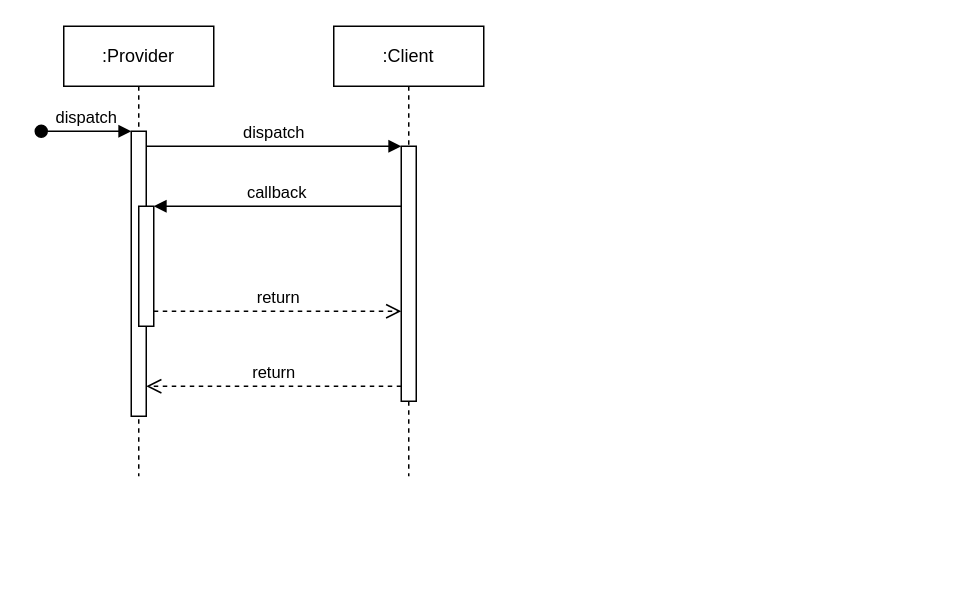
titosilva/drm-blockchain keeps this draw.io diagram as Untitled Diagram.drawio. Above is the earlier version. Source tidied: cells renumbered, new cells numbered last; positions are measured from the earlier drawing's top-left corner, leaving out a move shared by most shapes. Both pictures are drawn from the tidied source at 150%, with x=0, y=0 at pixel (40, 26).
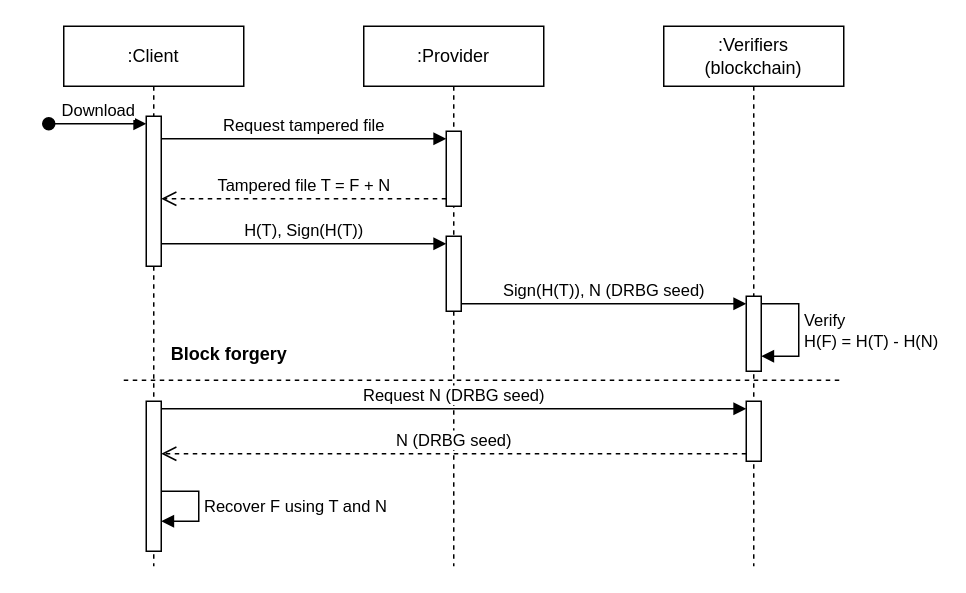
The same diagram, later.

Commit message:
Updating HomHash seq diagram

Diff of the diagram source:
```diff
@@
     <mxCell id="2" value=":Provider" style="shape=umlLifeline;perimeter=lifelinePerimeter;whiteSpace=wrap;html=1;newEdgeStyle={&quot;edgeStyle&quot;:&quot;elbowEdgeStyle&quot;,&quot;elbow&quot;:&quot;vertical&quot;,&quot;curved&quot;:0,&quot;rounded&quot;:0};" parent="1" vertex="1">
-      <mxGeometry x="15" width="100" height="300" as="geometry" />
+      <mxGeometry x="215" width="120" height="360" as="geometry" />
     </mxCell>
-    <mxCell id="3" style="html=1;points=[];perimeter=orthogonalPerimeter;outlineConnect=0;targetShapes=umlLifeline;portConstraint=eastwest;newEdgeStyle={&quot;edgeStyle&quot;:&quot;elbowEdgeStyle&quot;,&quot;elbow&quot;:&quot;vertical&quot;,&quot;curved&quot;:0,&quot;rounded&quot;:0};" parent="2" vertex="1">
-      <mxGeometry x="45" y="70" width="10" height="190" as="geometry" />
-    </mxCell>
-    <mxCell id="4" value="dispatch" style="html=1;verticalAlign=bottom;startArrow=oval;endArrow=block;startSize=8;edgeStyle=elbowEdgeStyle;elbow=vertical;curved=0;rounded=0;" parent="2" edge="1" target="3">
-      <mxGeometry relative="1" as="geometry">
-        <mxPoint x="-15" y="70" as="sourcePoint" />
-      </mxGeometry>
-    </mxCell>
-    <mxCell id="5" style="html=1;points=[];perimeter=orthogonalPerimeter;outlineConnect=0;targetShapes=umlLifeline;portConstraint=eastwest;newEdgeStyle={&quot;edgeStyle&quot;:&quot;elbowEdgeStyle&quot;,&quot;elbow&quot;:&quot;vertical&quot;,&quot;curved&quot;:0,&quot;rounded&quot;:0};" parent="2" vertex="1">
-      <mxGeometry x="50" y="120" width="10" height="80" as="geometry" />
-    </mxCell>
+    <mxCell id="12" style="html=1;points=[[0,0,0,0,5],[0,1,0,0,-5],[1,0,0,0,5],[1,1,0,0,-5]];perimeter=orthogonalPerimeter;outlineConnect=0;targetShapes=umlLifeline;portConstraint=eastwest;newEdgeStyle={&quot;curved&quot;:0,&quot;rounded&quot;:0};" parent="2" vertex="1">
+      <mxGeometry x="55" y="70" width="10" height="50" as="geometry" />
+    </mxCell>
+    <mxCell id="13" style="html=1;points=[[0,0,0,0,5],[0,1,0,0,-5],[1,0,0,0,5],[1,1,0,0,-5]];perimeter=orthogonalPerimeter;outlineConnect=0;targetShapes=umlLifeline;portConstraint=eastwest;newEdgeStyle={&quot;curved&quot;:0,&quot;rounded&quot;:0};" parent="2" vertex="1">
+      <mxGeometry x="55" y="140" width="10" height="50" as="geometry" />
+    </mxCell>
     <mxCell id="6" value=":Client" style="shape=umlLifeline;perimeter=lifelinePerimeter;whiteSpace=wrap;html=1;newEdgeStyle={&quot;edgeStyle&quot;:&quot;elbowEdgeStyle&quot;,&quot;elbow&quot;:&quot;vertical&quot;,&quot;curved&quot;:0,&quot;rounded&quot;:0};" parent="1" vertex="1">
-      <mxGeometry x="195" width="100" height="300" as="geometry" />
+      <mxGeometry x="15" width="120" height="360" as="geometry" />
     </mxCell>
-    <mxCell id="7" style="html=1;points=[];perimeter=orthogonalPerimeter;outlineConnect=0;targetShapes=umlLifeline;portConstraint=eastwest;newEdgeStyle={&quot;edgeStyle&quot;:&quot;elbowEdgeStyle&quot;,&quot;elbow&quot;:&quot;vertical&quot;,&quot;curved&quot;:0,&quot;rounded&quot;:0};" parent="6" vertex="1">
-      <mxGeometry x="45" y="80" width="10" height="170" as="geometry" />
-    </mxCell>
-    <mxCell id="8" value="dispatch" style="html=1;verticalAlign=bottom;endArrow=block;edgeStyle=elbowEdgeStyle;elbow=vertical;curved=0;rounded=0;" parent="1" edge="1" source="3" target="7">
-      <mxGeometry relative="1" as="geometry">
-        <Array as="points">
-          <mxPoint x="155" y="80" />
-        </Array>
-      </mxGeometry>
-    </mxCell>
-    <mxCell id="9" value="return" style="html=1;verticalAlign=bottom;endArrow=open;dashed=1;endSize=8;edgeStyle=elbowEdgeStyle;elbow=vertical;curved=0;rounded=0;" parent="1" edge="1" source="7" target="3">
-      <mxGeometry relative="1" as="geometry">
-        <Array as="points">
-          <mxPoint x="165" y="240" />
-        </Array>
-      </mxGeometry>
-    </mxCell>
-    <mxCell id="10" value="callback" style="html=1;verticalAlign=bottom;endArrow=block;edgeStyle=elbowEdgeStyle;elbow=vertical;curved=0;rounded=0;" parent="1" edge="1" source="7" target="5">
-      <mxGeometry relative="1" as="geometry">
-        <Array as="points">
-          <mxPoint x="165" y="120" />
-        </Array>
-      </mxGeometry>
-    </mxCell>
-    <mxCell id="11" value="return" style="html=1;verticalAlign=bottom;endArrow=open;dashed=1;endSize=8;edgeStyle=elbowEdgeStyle;elbow=vertical;curved=0;rounded=0;" parent="1" edge="1" source="5" target="7">
-      <mxGeometry relative="1" as="geometry">
-        <Array as="points">
-          <mxPoint x="155" y="190" />
-        </Array>
-      </mxGeometry>
-    </mxCell>
+    <mxCell id="14" style="html=1;points=[[0,0,0,0,5],[0,1,0,0,-5],[1,0,0,0,5],[1,1,0,0,-5]];perimeter=orthogonalPerimeter;outlineConnect=0;targetShapes=umlLifeline;portConstraint=eastwest;newEdgeStyle={&quot;curved&quot;:0,&quot;rounded&quot;:0};" parent="6" vertex="1">
+      <mxGeometry x="55" y="60" width="10" height="100" as="geometry" />
+    </mxCell>
+    <mxCell id="15" value=":Verifiers&lt;br&gt;(blockchain)" style="shape=umlLifeline;perimeter=lifelinePerimeter;whiteSpace=wrap;html=1;newEdgeStyle={&quot;edgeStyle&quot;:&quot;elbowEdgeStyle&quot;,&quot;elbow&quot;:&quot;vertical&quot;,&quot;curved&quot;:0,&quot;rounded&quot;:0};" parent="1" vertex="1">
+      <mxGeometry x="415" width="120" height="360" as="geometry" />
+    </mxCell>
+    <mxCell id="16" style="html=1;points=[[0,0,0,0,5],[0,1,0,0,-5],[1,0,0,0,5],[1,1,0,0,-5]];perimeter=orthogonalPerimeter;outlineConnect=0;targetShapes=umlLifeline;portConstraint=eastwest;newEdgeStyle={&quot;curved&quot;:0,&quot;rounded&quot;:0};" parent="15" vertex="1">
+      <mxGeometry x="55" y="180" width="10" height="50" as="geometry" />
+    </mxCell>
+    <mxCell id="17" value="Verify&lt;br&gt;H(F) = H(T) - H(N)" style="html=1;align=left;spacingLeft=2;endArrow=block;rounded=0;edgeStyle=orthogonalEdgeStyle;curved=0;rounded=0;exitX=1;exitY=0;exitDx=0;exitDy=5;exitPerimeter=0;" parent="15" edge="1" source="16" target="16">
+      <mxGeometry relative="1" as="geometry">
+        <Array as="points">
+          <mxPoint x="90" y="185" />
+          <mxPoint x="90" y="220" />
+        </Array>
+      </mxGeometry>
+    </mxCell>
+    <mxCell id="18" style="html=1;points=[[0,0,0,0,5],[0,1,0,0,-5],[1,0,0,0,5],[1,1,0,0,-5]];perimeter=orthogonalPerimeter;outlineConnect=0;targetShapes=umlLifeline;portConstraint=eastwest;newEdgeStyle={&quot;curved&quot;:0,&quot;rounded&quot;:0};" parent="15" vertex="1">
+      <mxGeometry x="55" y="250" width="10" height="40" as="geometry" />
+    </mxCell>
+    <mxCell id="19" value="Download" style="html=1;verticalAlign=bottom;startArrow=oval;startFill=1;endArrow=block;startSize=8;curved=0;rounded=0;entryX=0;entryY=0;entryDx=0;entryDy=5;entryPerimeter=0;" parent="1" edge="1" target="14">
+      <mxGeometry relative="1" as="geometry">
+        <mxPoint x="5" y="65" as="sourcePoint" />
+      </mxGeometry>
+    </mxCell>
+    <mxCell id="20" value="Request tampered file" style="html=1;verticalAlign=bottom;endArrow=block;curved=0;rounded=0;entryX=0;entryY=0;entryDx=0;entryDy=5;" parent="1" edge="1" source="14" target="12">
+      <mxGeometry relative="1" as="geometry" />
+    </mxCell>
+    <mxCell id="21" value="Tampered file T = F + N" style="html=1;verticalAlign=bottom;endArrow=open;dashed=1;endSize=8;curved=0;rounded=0;exitX=0;exitY=1;exitDx=0;exitDy=-5;" parent="1" edge="1" source="12" target="14">
+      <mxGeometry relative="1" as="geometry" />
+    </mxCell>
+    <mxCell id="22" value="H(T), Sign(H(T))" style="html=1;verticalAlign=bottom;endArrow=block;curved=0;rounded=0;entryX=0;entryY=0;entryDx=0;entryDy=5;entryPerimeter=0;" parent="1" edge="1" source="14" target="13">
+      <mxGeometry relative="1" as="geometry" />
+    </mxCell>
+    <mxCell id="23" value="Sign(H(T)), N (DRBG seed)" style="html=1;verticalAlign=bottom;endArrow=block;curved=0;rounded=0;entryX=0;entryY=0;entryDx=0;entryDy=5;entryPerimeter=0;" parent="1" edge="1" source="13" target="16">
+      <mxGeometry relative="1" as="geometry" />
+    </mxCell>
+    <mxCell id="24" style="line;strokeWidth=1;fillColor=none;align=left;verticalAlign=middle;spacingTop=-1;spacingLeft=3;spacingRight=3;labelPosition=right;strokeColor=inherit;dashed=1;" parent="1" vertex="1">
+      <mxGeometry x="55" y="232" width="480" height="8" as="geometry" />
+    </mxCell>
+    <mxCell id="25" value="Block forgery" style="text;align=center;fontStyle=1;verticalAlign=middle;spacingLeft=3;spacingRight=3;strokeColor=none;html=1;" parent="1" vertex="1">
+      <mxGeometry x="85" y="206" width="80" height="26" as="geometry" />
+    </mxCell>
+    <mxCell id="26" value="Request N (DRBG seed)" style="html=1;verticalAlign=bottom;endArrow=block;curved=0;rounded=0;entryX=0;entryY=0;entryDx=0;entryDy=5;exitX=1;exitY=0;exitDx=0;exitDy=5;exitPerimeter=0;" parent="1" edge="1" source="27" target="18">
+      <mxGeometry relative="1" as="geometry" />
+    </mxCell>
+    <mxCell id="27" style="html=1;points=[[0,0,0,0,5],[0,1,0,0,-5],[1,0,0,0,5],[1,1,0,0,-5]];perimeter=orthogonalPerimeter;outlineConnect=0;targetShapes=umlLifeline;portConstraint=eastwest;newEdgeStyle={&quot;curved&quot;:0,&quot;rounded&quot;:0};" parent="1" vertex="1">
+      <mxGeometry x="70" y="250" width="10" height="100" as="geometry" />
+    </mxCell>
+    <mxCell id="28" value="N (DRBG seed)" style="html=1;verticalAlign=bottom;endArrow=open;dashed=1;endSize=8;curved=0;rounded=0;exitX=0;exitY=1;exitDx=0;exitDy=-5;" parent="1" edge="1" source="18" target="27">
+      <mxGeometry relative="1" as="geometry" />
+    </mxCell>
+    <mxCell id="29" value="Recover F using T and N" style="html=1;align=left;spacingLeft=2;endArrow=block;rounded=0;edgeStyle=orthogonalEdgeStyle;curved=0;rounded=0;" parent="1" edge="1">
+      <mxGeometry relative="1" as="geometry">
+        <mxPoint x="80" y="310" as="sourcePoint" />
+        <mxPoint x="80" y="330" as="targetPoint" />
+        <Array as="points">
+          <mxPoint x="105" y="310" />
+          <mxPoint x="105" y="330" />
+        </Array>
+      </mxGeometry>
+    </mxCell>
```
